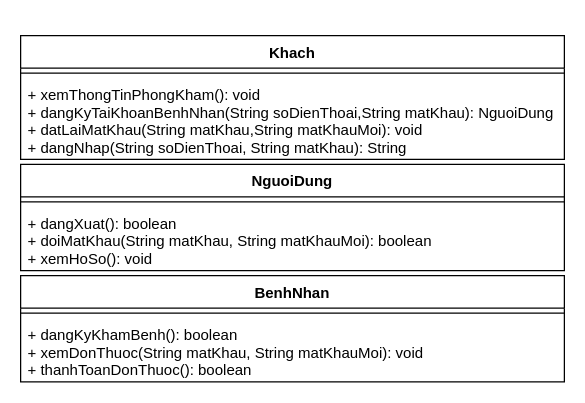
Above: page "Class" (2 of 3) of designs/luc.drawio in luclegen/medicine16 (draw.io), before the change. Source tidied: cells renumbered, new cells numbered last; positions are measured from the earlier drawing's top-left corner, leaving out a move shared by most shapes. Both pictures are drawn from the tidied source at 125%, with x=0, y=0 at pixel (20, 35).
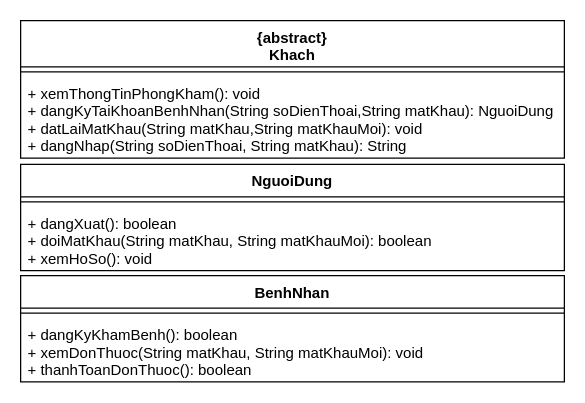
The same page after the edit.

Commit message:
Add abstract to Khach

The edit, as a diff of the source:
```diff
@@
 <mxGraphModel>
   <root>
     <mxCell id="0" />
     <mxCell id="1" parent="0" />
-    <mxCell id="2" value="Khach" style="swimlane;fontStyle=1;align=center;verticalAlign=top;horizontal=1;startSize=26;" parent="1" vertex="1">
-      <mxGeometry width="435" height="99" as="geometry" />
+    <mxCell id="2" value="{abstract}&#10;Khach" style="swimlane;fontStyle=1;align=center;verticalAlign=top;horizontal=1;startSize=37;" parent="1" vertex="1">
+      <mxGeometry y="-12" width="435" height="110" as="geometry" />
     </mxCell>
     <mxCell id="3" style="line;strokeWidth=1;fillColor=none;align=left;verticalAlign=middle;spacingTop=-1;spacingLeft=3;spacingRight=3;labelPosition=right;" parent="2" vertex="1">
-      <mxGeometry y="26" width="435" height="8" as="geometry" />
+      <mxGeometry y="37" width="435" height="8" as="geometry" />
     </mxCell>
     <mxCell id="4" value="+ xemThongTinPhongKham(): void&#10;+ dangKyTaiKhoanBenhNhan(String soDienThoai,String matKhau): NguoiDung&#10;+ datLaiMatKhau(String matKhau,String matKhauMoi): void&#10;+ dangNhap(String soDienThoai, String matKhau): String" style="text;strokeColor=none;fillColor=none;align=left;verticalAlign=top;spacingLeft=4;spacingRight=4;overflow=hidden;" parent="2" vertex="1">
-      <mxGeometry y="34" width="435" height="65" as="geometry" />
+      <mxGeometry y="45" width="435" height="65" as="geometry" />
     </mxCell>
     <mxCell id="5" value="NguoiDung" style="swimlane;fontStyle=1;align=center;verticalAlign=top;horizontal=1;startSize=26;" parent="1" vertex="1">
       <mxGeometry y="103" width="435" height="85" as="geometry" />
     </mxCell>
     <mxCell id="6" style="line;strokeWidth=1;fillColor=none;align=left;verticalAlign=middle;spacingTop=-1;spacingLeft=3;spacingRight=3;labelPosition=right;" parent="5" vertex="1">
       <mxGeometry y="26" width="435" height="8" as="geometry" />
     </mxCell>
     <mxCell id="7" value="+ dangXuat(): boolean&#10;+ doiMatKhau(String matKhau, String matKhauMoi): boolean&#10;+ xemHoSo(): void" style="text;strokeColor=none;fillColor=none;align=left;verticalAlign=top;spacingLeft=4;spacingRight=4;overflow=hidden;" parent="5" vertex="1">
       <mxGeometry y="34" width="435" height="51" as="geometry" />
     </mxCell>
     <mxCell id="8" value="BenhNhan" style="swimlane;fontStyle=1;align=center;verticalAlign=top;horizontal=1;startSize=26;" parent="1" vertex="1">
       <mxGeometry y="192" width="435" height="85" as="geometry" />
     </mxCell>
     <mxCell id="9" style="line;strokeWidth=1;fillColor=none;align=left;verticalAlign=middle;spacingTop=-1;spacingLeft=3;spacingRight=3;labelPosition=right;" parent="8" vertex="1">
       <mxGeometry y="26" width="435" height="8" as="geometry" />
     </mxCell>
     <mxCell id="10" value="+ dangKyKhamBenh(): boolean&#10;+ xemDonThuoc(String matKhau, String matKhauMoi): void&#10;+ thanhToanDonThuoc(): boolean" style="text;strokeColor=none;fillColor=none;align=left;verticalAlign=top;spacingLeft=4;spacingRight=4;overflow=hidden;" parent="8" vertex="1">
       <mxGeometry y="34" width="435" height="51" as="geometry" />
     </mxCell>
   </root>
 </mxGraphModel>
```
